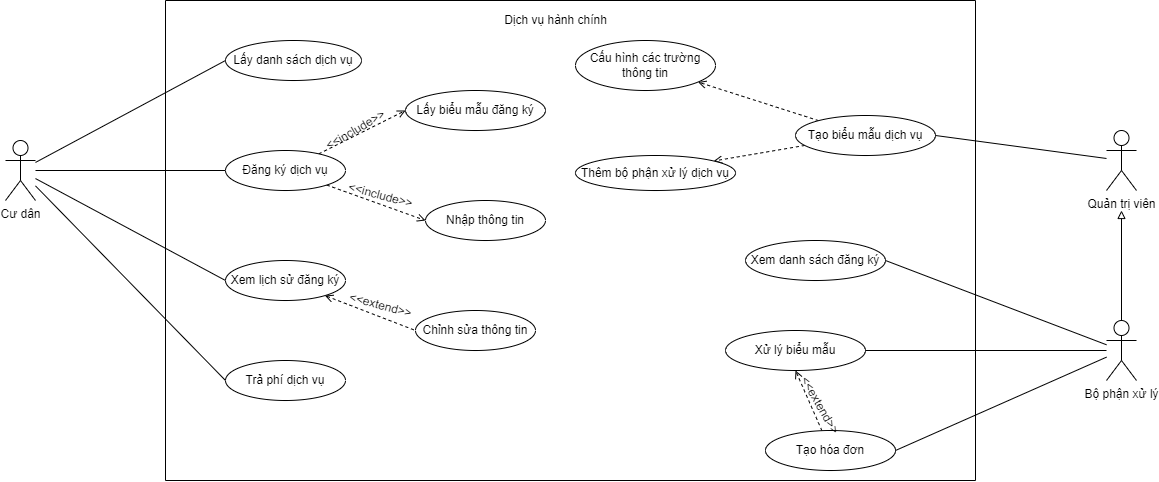
Above: usecase diagram/hành chính số.drawio.png in kienndhn/draw-io (draw.io), before the change. Source tidied: cells renumbered, new cells last; positions are measured from the earlier drawing's top-left corner, leaving out a move shared by most shapes.
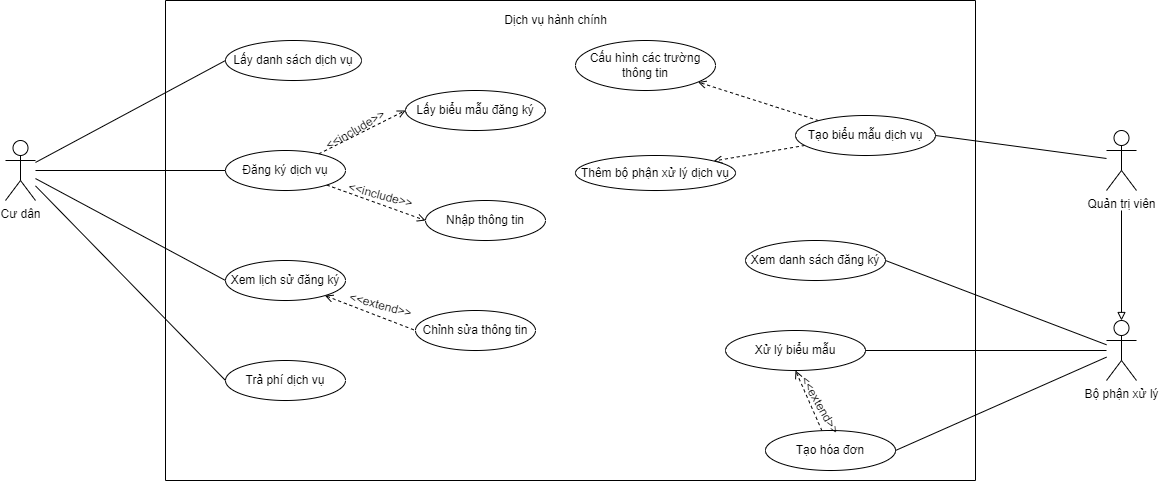
Later version of the same file.

The edit, as a diff of the source:
```diff
@@ -104,7 +104,7 @@
     <mxCell id="35" style="edgeStyle=none;rounded=0;jettySize=auto;html=1;entryX=1;entryY=0.5;entryDx=0;entryDy=0;endArrow=none;endFill=0;" parent="1" edge="1" source="37" target="23">
       <mxGeometry relative="1" as="geometry" />
     </mxCell>
-    <mxCell id="36" style="edgeStyle=none;rounded=0;jettySize=auto;html=1;entryX=0.5;entryY=1.333;entryDx=0;entryDy=0;entryPerimeter=0;endArrow=block;endFill=0;" parent="1" edge="1" source="37" target="32">
+    <mxCell id="36" style="edgeStyle=none;rounded=0;jettySize=auto;html=1;entryX=0.5;entryY=1.333;entryDx=0;entryDy=0;entryPerimeter=0;endArrow=none;endFill=0;startArrow=block;startFill=0;" parent="1" edge="1" source="37" target="32">
       <mxGeometry relative="1" as="geometry" />
     </mxCell>
     <mxCell id="37" value="Bộ phận xử lý" style="shape=umlActor;verticalLabelPosition=bottom;verticalAlign=top;html=1;outlineConnect=0;" parent="1" vertex="1">
```
